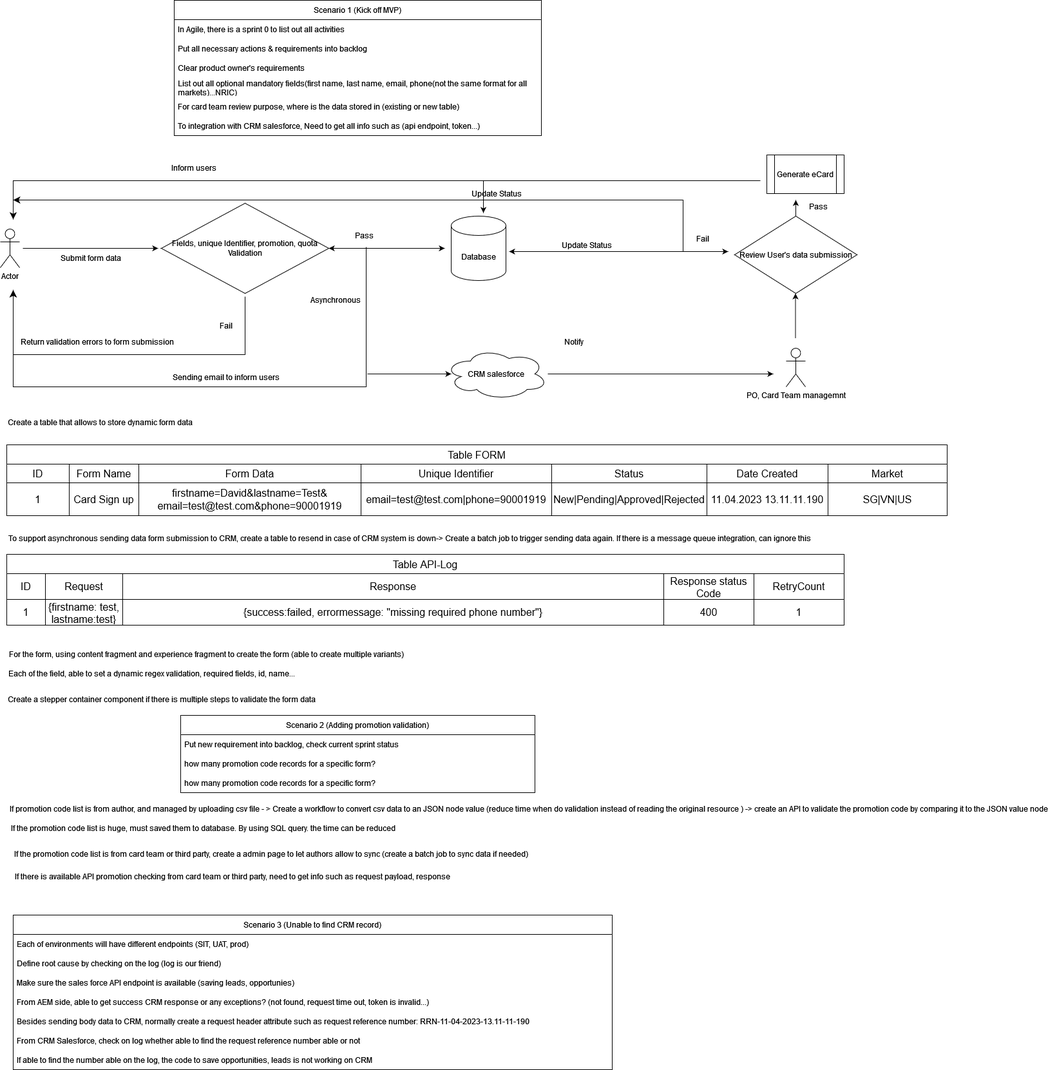
Before: Untitled Diagram.drawio.png, a diagram exported from draw.io (huy3890/test). Source tidied: cells renumbered, new cells last; positions are measured from the earlier drawing's top-left corner, leaving out a move shared by most shapes.
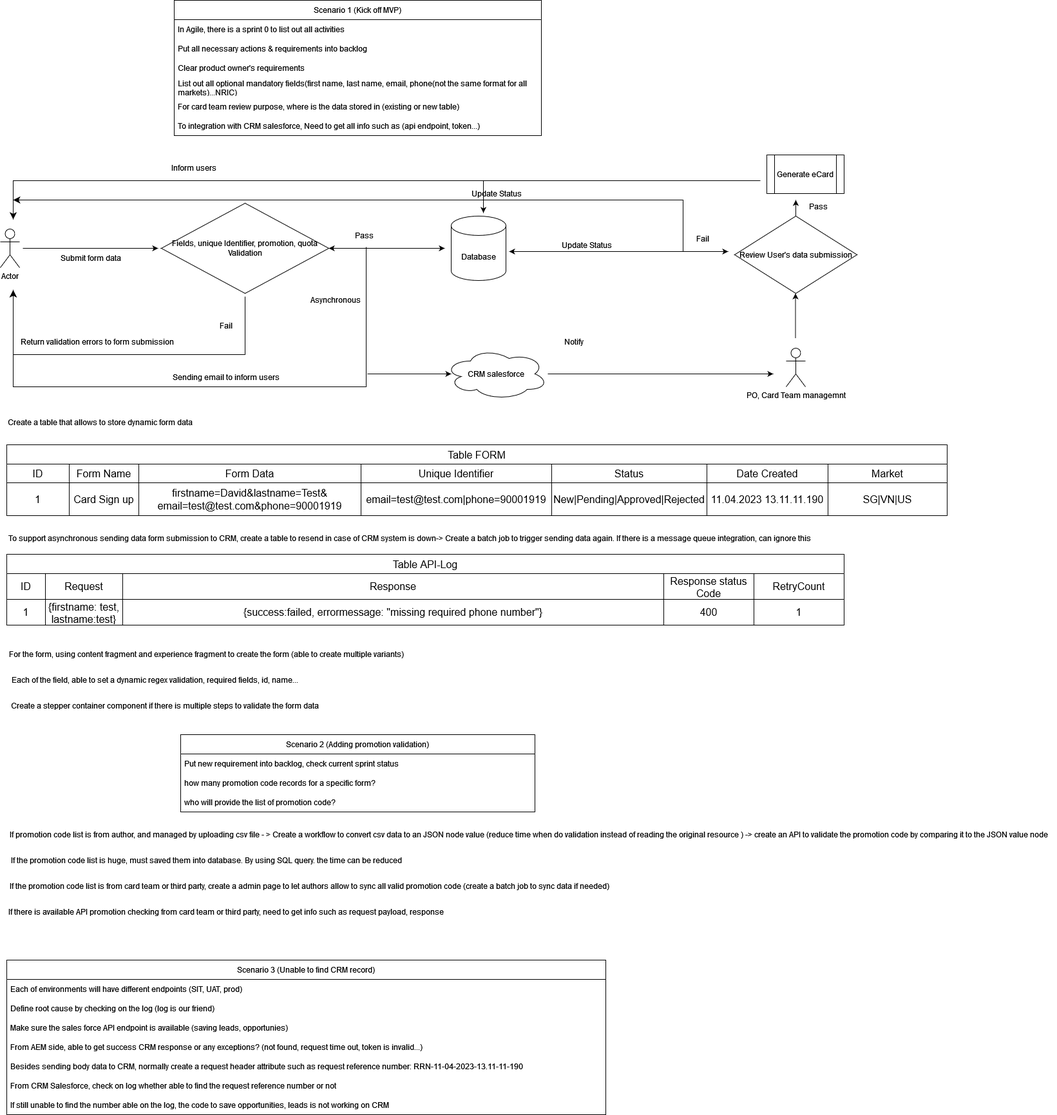
After the change.

Diff of the diagram source:
```diff
@@ -114,16 +114,16 @@
       <mxGeometry y="1000" width="640" height="30" as="geometry" />
     </mxCell>
     <mxCell id="36" value="Each of the field, able to set a dynamic regex validation, required fields, id, name..." style="text;html=1;align=center;verticalAlign=middle;strokeColor=none;fillColor=none;" parent="1" vertex="1">
-      <mxGeometry y="1030" width="470" height="30" as="geometry" />
+      <mxGeometry x="5" y="1040" width="470" height="30" as="geometry" />
     </mxCell>
     <mxCell id="37" value="Create a table that allows to store dynamic form data" style="text;html=1;align=center;verticalAlign=middle;strokeColor=none;fillColor=none;" parent="1" vertex="1">
       <mxGeometry y="640" width="310" height="30" as="geometry" />
     </mxCell>
     <mxCell id="38" value="Create a stepper container component if there is multiple steps to validate the form data" style="text;html=1;align=center;verticalAlign=middle;strokeColor=none;fillColor=none;" parent="1" vertex="1">
-      <mxGeometry y="1070" width="500" height="30" as="geometry" />
+      <mxGeometry x="5" y="1080" width="500" height="30" as="geometry" />
     </mxCell>
     <mxCell id="39" value="Scenario 2 (Adding promotion validation)" style="swimlane;fontStyle=0;horizontal=1;startSize=30;whiteSpace=wrap;html=1;" parent="1" vertex="1">
-      <mxGeometry x="280" y="1110" width="550" height="120" as="geometry" />
+      <mxGeometry x="280" y="1140" width="550" height="120" as="geometry" />
     </mxCell>
     <mxCell id="40" value="Put new requirement into backlog, check current sprint status" style="text;strokeColor=none;fillColor=none;align=left;verticalAlign=middle;spacingLeft=4;spacingRight=4;overflow=hidden;whiteSpace=wrap;html=1;" parent="39" vertex="1">
       <mxGeometry y="30" width="550" height="30" as="geometry" />
@@ -131,20 +131,20 @@
     <mxCell id="41" value="how many promotion code records for a specific form?" style="text;strokeColor=none;fillColor=none;align=left;verticalAlign=middle;spacingLeft=4;spacingRight=4;overflow=hidden;whiteSpace=wrap;html=1;" parent="39" vertex="1">
       <mxGeometry y="60" width="550" height="30" as="geometry" />
     </mxCell>
-    <mxCell id="42" value="how many promotion code records for a specific form?" style="text;strokeColor=none;fillColor=none;align=left;verticalAlign=middle;spacingLeft=4;spacingRight=4;overflow=hidden;whiteSpace=wrap;html=1;" parent="39" vertex="1">
+    <mxCell id="42" value="who will provide the list of promotion code?" style="text;strokeColor=none;fillColor=none;align=left;verticalAlign=middle;spacingLeft=4;spacingRight=4;overflow=hidden;whiteSpace=wrap;html=1;" parent="39" vertex="1">
       <mxGeometry y="90" width="550" height="30" as="geometry" />
     </mxCell>
     <mxCell id="43" value="If promotion code list is from author, and managed by uploading csv file - &amp;gt; Create a workflow to convert csv data to an JSON node value (reduce time when do validation instead of reading the original resource ) -&amp;gt; create an API to validate the promotion code by comparing it to the JSON value node " style="text;html=1;align=center;verticalAlign=middle;strokeColor=none;fillColor=none;" parent="1" vertex="1">
-      <mxGeometry y="1240" width="1640" height="30" as="geometry" />
+      <mxGeometry y="1280" width="1640" height="30" as="geometry" />
     </mxCell>
-    <mxCell id="44" value="If the promotion code list is huge, must saved them to database. By using SQL query. the time can be reduced " style="text;html=1;align=center;verticalAlign=middle;strokeColor=none;fillColor=none;" parent="1" vertex="1">
-      <mxGeometry x="5" y="1270" width="620" height="30" as="geometry" />
+    <mxCell id="44" value="If the promotion code list is huge, must saved them into database. By using SQL query. the time can be reduced " style="text;html=1;align=center;verticalAlign=middle;strokeColor=none;fillColor=none;" parent="1" vertex="1">
+      <mxGeometry x="5" y="1320" width="630" height="30" as="geometry" />
     </mxCell>
-    <mxCell id="45" value="If the promotion code list is from card team or third party, create a admin page to let authors allow to sync (create a batch job to sync data if needed)" style="text;html=1;align=center;verticalAlign=middle;strokeColor=none;fillColor=none;" parent="1" vertex="1">
-      <mxGeometry x="10" y="1310" width="820" height="30" as="geometry" />
+    <mxCell id="45" value="If the promotion code list is from card team or third party, create a admin page to let authors allow to sync all valid promotion code (create a batch job to sync data if needed)" style="text;html=1;align=center;verticalAlign=middle;strokeColor=none;fillColor=none;" parent="1" vertex="1">
+      <mxGeometry x="5" y="1360" width="950" height="30" as="geometry" />
     </mxCell>
     <mxCell id="46" value="Scenario 3 (Unable to find CRM record)" style="swimlane;fontStyle=0;horizontal=1;startSize=30;whiteSpace=wrap;html=1;" parent="1" vertex="1">
-      <mxGeometry x="20" y="1420" width="930" height="240" as="geometry" />
+      <mxGeometry x="10" y="1490" width="930" height="240" as="geometry" />
     </mxCell>
     <mxCell id="47" value="Each of environments will have different endpoints (SIT, UAT, prod)" style="text;strokeColor=none;fillColor=none;align=left;verticalAlign=middle;spacingLeft=4;spacingRight=4;overflow=hidden;whiteSpace=wrap;html=1;" parent="46" vertex="1">
       <mxGeometry y="30" width="930" height="30" as="geometry" />
@@ -161,14 +161,14 @@
     <mxCell id="51" value="&lt;div&gt;Besides sending body data to CRM, normally create a request header attribute such as request reference number: RRN-11-04-2023-13.11-11-190&lt;/div&gt;" style="text;strokeColor=none;fillColor=none;align=left;verticalAlign=middle;spacingLeft=4;spacingRight=4;overflow=hidden;whiteSpace=wrap;html=1;" parent="46" vertex="1">
       <mxGeometry y="150" width="930" height="30" as="geometry" />
     </mxCell>
-    <mxCell id="52" value="&lt;div&gt;From CRM Salesforce, check on log whether able to find the request reference number able or not&lt;br&gt;&lt;/div&gt;" style="text;strokeColor=none;fillColor=none;align=left;verticalAlign=middle;spacingLeft=4;spacingRight=4;overflow=hidden;whiteSpace=wrap;html=1;" parent="46" vertex="1">
+    <mxCell id="52" value="&lt;div&gt;From CRM Salesforce, check on log whether able to find the request reference number or not&lt;br&gt;&lt;/div&gt;" style="text;strokeColor=none;fillColor=none;align=left;verticalAlign=middle;spacingLeft=4;spacingRight=4;overflow=hidden;whiteSpace=wrap;html=1;" parent="46" vertex="1">
       <mxGeometry y="180" width="930" height="30" as="geometry" />
     </mxCell>
-    <mxCell id="53" value="If able to find the number able on the log, the code to save opportunities, leads is not working on CRM" style="text;strokeColor=none;fillColor=none;align=left;verticalAlign=middle;spacingLeft=4;spacingRight=4;overflow=hidden;whiteSpace=wrap;html=1;" parent="46" vertex="1">
+    <mxCell id="53" value="If still unable to find the number able on the log, the code to save opportunities, leads is not working on CRM" style="text;strokeColor=none;fillColor=none;align=left;verticalAlign=middle;spacingLeft=4;spacingRight=4;overflow=hidden;whiteSpace=wrap;html=1;" parent="46" vertex="1">
       <mxGeometry y="210" width="930" height="30" as="geometry" />
     </mxCell>
     <mxCell id="54" value="If there is available API promotion checking from card team or third party, need to get info such as request payload, response " style="text;html=1;align=center;verticalAlign=middle;strokeColor=none;fillColor=none;" parent="1" vertex="1">
-      <mxGeometry x="10" y="1345" width="700" height="30" as="geometry" />
+      <mxGeometry y="1400" width="700" height="30" as="geometry" />
     </mxCell>
     <mxCell id="55" value="PO, Card Team managemnt" style="shape=umlActor;verticalLabelPosition=bottom;verticalAlign=top;html=1;" parent="1" vertex="1">
       <mxGeometry x="1220" y="540" width="30" height="60" as="geometry" />
```
